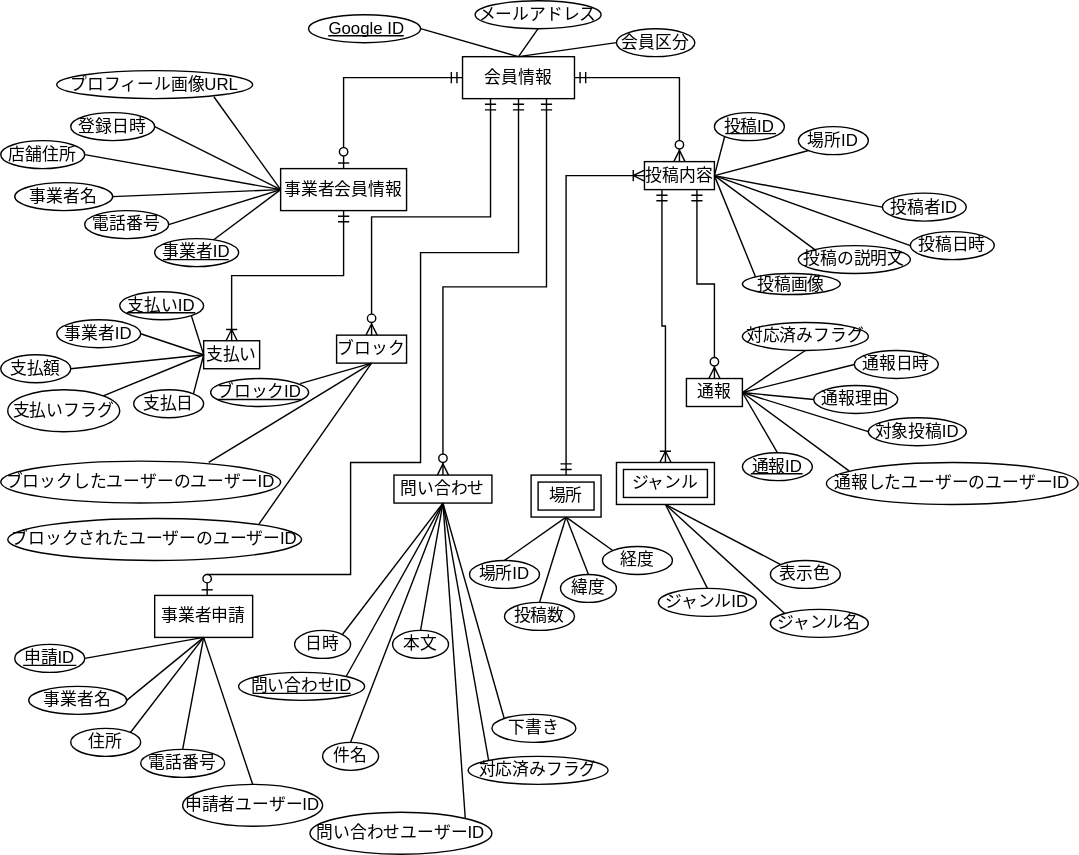
Earlier version of the draw.io export sections/section8_database.svg (being24/latex-template-ja). Source tidied: cells renumbered, new cells last; positions are measured from the earlier drawing's top-left corner, leaving out a move shared by most shapes.
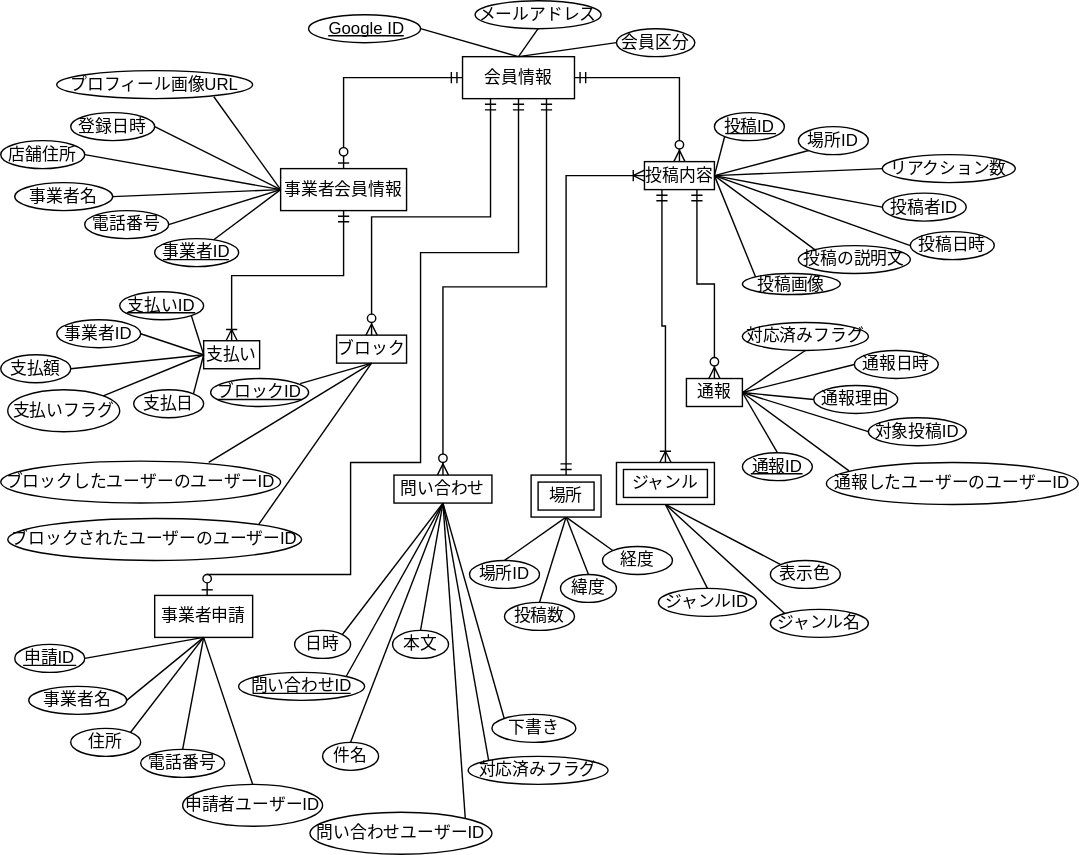
The same file after the commit.

Commit message:
docs : 誤字を修正

以下の内容を編集しました．

`Goolge`→`Google`
`payAmont`→`payAmount`
\caption{}のインデントを修正
`sections/section8_database.svg`の投稿のリアクション数を追加

The edit, as a diff of the source:
```diff
@@ -112,7 +112,7 @@
       <mxGeometry relative="1" as="geometry" />
     </mxCell>
     <mxCell id="37" style="group;" parent="1" vertex="1">
-      <mxGeometry x="460" y="80" width="250" height="135" as="geometry" />
+      <mxGeometry x="460" y="80" width="270" height="135" as="geometry" />
     </mxCell>
     <mxCell id="38" value="投稿内容" style="whiteSpace=wrap;html=1;align=center;" parent="37" vertex="1">
       <mxGeometry y="35" width="50" height="20" as="geometry" />
@@ -160,6 +160,12 @@
     <mxCell id="51" style="line;strokeWidth=1;dashed=0;labelPosition=right;align=left;verticalAlign=middle;spacingTop=0;spacingLeft=6;" parent="37" vertex="1">
       <mxGeometry x="58" y="10" width="36" height="10" as="geometry" />
     </mxCell>
+    <mxCell id="133" value="リアクション数" style="ellipse;whiteSpace=wrap;html=1;align=center;" parent="37" vertex="1">
+      <mxGeometry x="170" y="30" width="95" height="20" as="geometry" />
+    </mxCell>
+    <mxCell id="134" style="endArrow=none;html=1;rounded=0;entryX=1;entryY=0.5;entryDx=0;entryDy=0;exitX=0;exitY=0.5;exitDx=0;exitDy=0;" parent="37" edge="1" source="133" target="38">
+      <mxGeometry relative="1" as="geometry" />
+    </mxCell>
     <mxCell id="52" style="edgeStyle=orthogonalEdgeStyle;fontSize=12;html=1;endArrow=ERzeroToMany;startArrow=ERmandOne;rounded=0;exitX=1;exitY=0.5;exitDx=0;exitDy=0;entryX=0.5;entryY=0;entryDx=0;entryDy=0;" parent="1" edge="1" source="2" target="38">
       <mxGeometry relative="1" as="geometry" />
     </mxCell>
```
